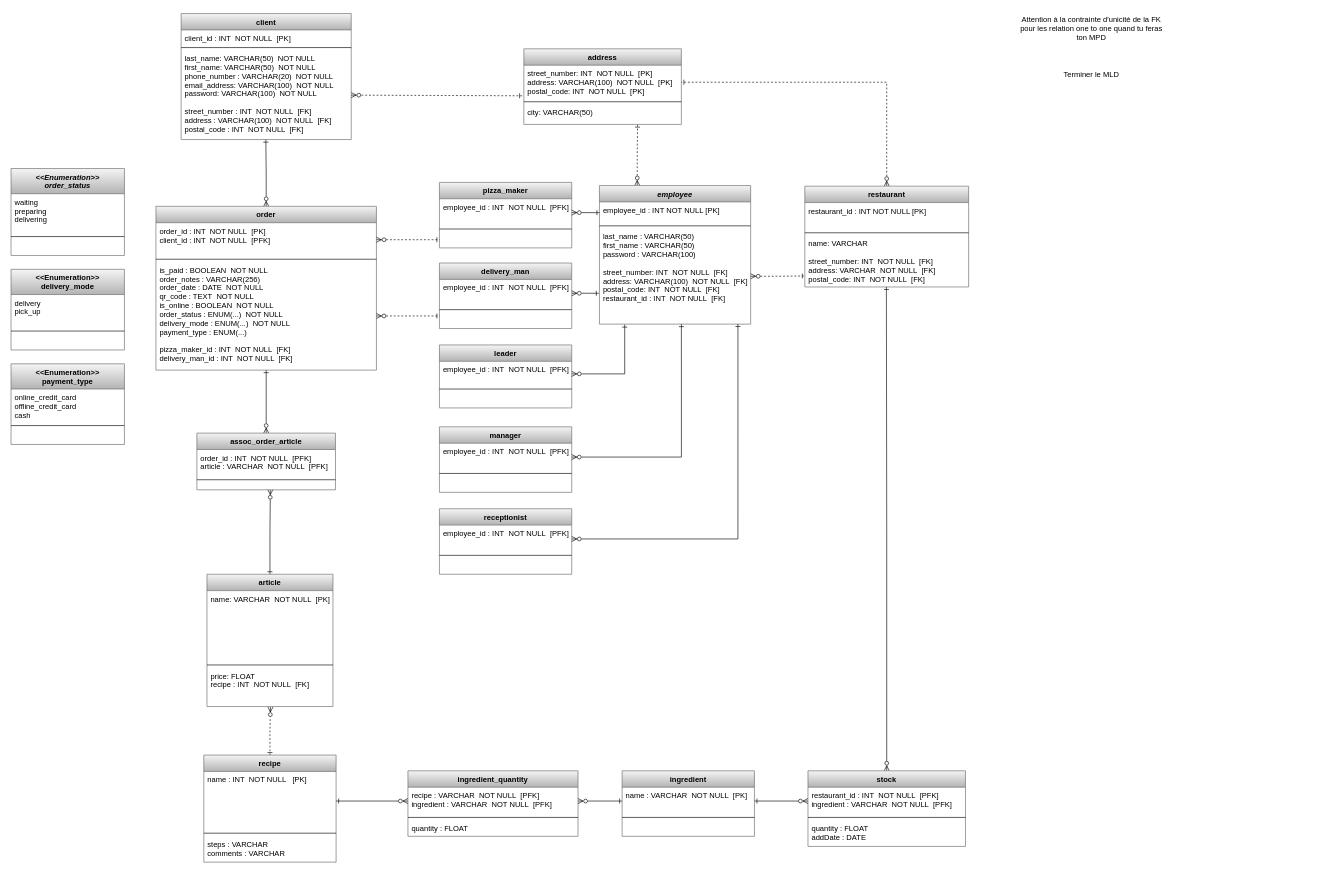
MickaeliOS/oc_pizza_7 keeps this draw.io diagram as horn_mickael_3_mld_062022.drawio. Above is the earlier version. Source tidied: cells renumbered, new cells numbered last; positions are measured from the earlier drawing's top-left corner, leaving out a move shared by most shapes. Both pictures are drawn from the tidied source at 63%, with x=0, y=0 at pixel (11, 11).
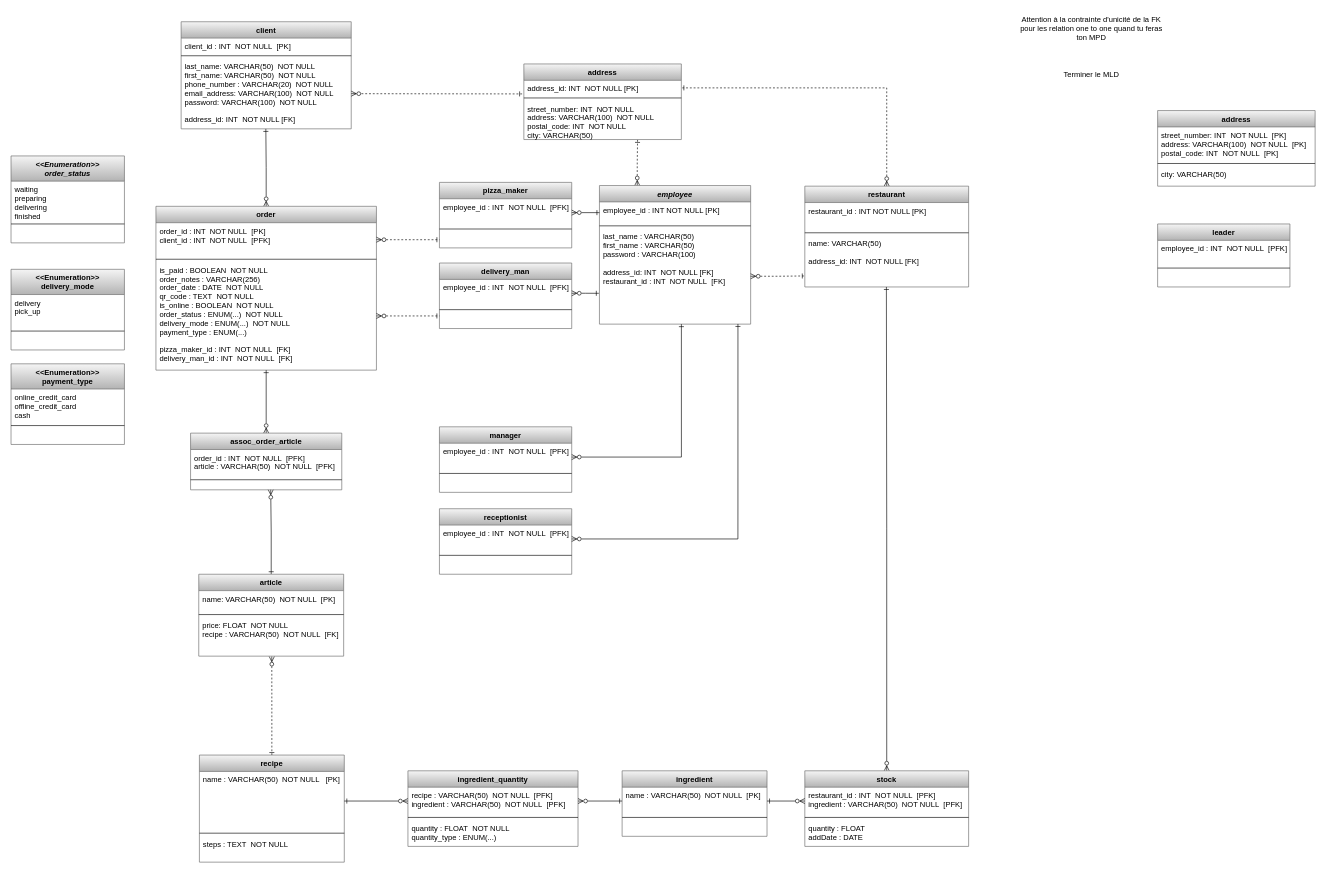
The same page after the edit.

Unchanged cells that the change refers to:
```xml
<mxCell id="7" value="employee" style="swimlane;fontStyle=3;align=center;verticalAlign=top;horizontal=1;startSize=26;fillColor=#f5f5f5;gradientColor=#b3b3b3;strokeColor=#666666;" parent="1" vertex="1">
  <mxGeometry x="934" y="277" width="240" height="220" as="geometry" />
</mxCell>
<mxCell id="26" value="restaurant" style="swimlane;fontStyle=1;align=center;verticalAlign=top;horizontal=1;startSize=26;fillColor=#f5f5f5;gradientColor=#b3b3b3;strokeColor=#666666;" parent="1" vertex="1">
  <mxGeometry x="1260" y="278" width="260" height="160" as="geometry" />
</mxCell>
```

The edit, as a diff of the source:
```diff
@@
     <mxCell id="2" value="client" style="swimlane;fontStyle=1;align=center;verticalAlign=top;horizontal=1;startSize=26;fillColor=#f5f5f5;gradientColor=#b3b3b3;strokeColor=#666666;" parent="1" vertex="1">
-      <mxGeometry x="270" y="4" width="270" height="200" as="geometry" />
+      <mxGeometry x="270" y="17" width="270" height="170" as="geometry" />
     </mxCell>
@@
-    <mxCell id="5" value="last_name: VARCHAR(50)  NOT NULL&#10;first_name: VARCHAR(50)  NOT NULL&#10;phone_number : VARCHAR(20)  NOT NULL&#10;email_address: VARCHAR(100)  NOT NULL&#10;password: VARCHAR(100)  NOT NULL&#10;&#10;street_number : INT  NOT NULL  [FK]&#10;address : VARCHAR(100)  NOT NULL  [FK]&#10;postal_code : INT  NOT NULL  [FK]" style="text;strokeColor=none;fillColor=none;align=left;verticalAlign=top;spacingLeft=4;spacingRight=4;overflow=hidden;points=[[0,0.5],[1,0.5]];portConstraint=eastwest;" parent="2" vertex="1">
-      <mxGeometry y="58" width="270" height="142" as="geometry" />
+    <mxCell id="5" value="last_name: VARCHAR(50)  NOT NULL&#10;first_name: VARCHAR(50)  NOT NULL&#10;phone_number : VARCHAR(20)  NOT NULL&#10;email_address: VARCHAR(100)  NOT NULL&#10;password: VARCHAR(100)  NOT NULL&#10;&#10;address_id: INT  NOT NULL [FK]" style="text;strokeColor=none;fillColor=none;align=left;verticalAlign=top;spacingLeft=4;spacingRight=4;overflow=hidden;points=[[0,0.5],[1,0.5]];portConstraint=eastwest;" parent="2" vertex="1">
+      <mxGeometry y="58" width="270" height="112" as="geometry" />
     </mxCell>
@@
-    <mxCell id="10" value="last_name : VARCHAR(50)&#10;first_name : VARCHAR(50)&#10;password : VARCHAR(100)&#10;&#10;street_number: INT  NOT NULL  [FK]&#10;address: VARCHAR(100)  NOT NULL  [FK]&#10;postal_code: INT  NOT NULL  [FK]&#10;restaurant_id : INT  NOT NULL  [FK]&#10;" style="text;strokeColor=none;fillColor=none;align=left;verticalAlign=top;spacingLeft=4;spacingRight=4;overflow=hidden;points=[[0,0.5],[1,0.5]];portConstraint=eastwest;" parent="7" vertex="1">
+    <mxCell id="10" value="last_name : VARCHAR(50)&#10;first_name : VARCHAR(50)&#10;password : VARCHAR(100)&#10;&#10;address_id: INT  NOT NULL [FK]&#10;restaurant_id : INT  NOT NULL  [FK]&#10;" style="text;strokeColor=none;fillColor=none;align=left;verticalAlign=top;spacingLeft=4;spacingRight=4;overflow=hidden;points=[[0,0.5],[1,0.5]];portConstraint=eastwest;" parent="7" vertex="1">
       <mxGeometry y="68" width="240" height="152" as="geometry" />
     </mxCell>
@@
     <mxCell id="21" value="article" style="swimlane;fontStyle=1;align=center;verticalAlign=top;horizontal=1;startSize=26;fillColor=#f5f5f5;gradientColor=#b3b3b3;strokeColor=#666666;" parent="1" vertex="1">
-      <mxGeometry x="311" y="894" width="200" height="210" as="geometry" />
+      <mxGeometry x="298" y="894" width="230" height="130" as="geometry" />
     </mxCell>
-    <mxCell id="22" value="name: VARCHAR  NOT NULL  [PK]&#10;" style="text;strokeColor=none;fillColor=none;align=left;verticalAlign=top;spacingLeft=4;spacingRight=4;overflow=hidden;" parent="21" vertex="1">
-      <mxGeometry y="26" width="200" height="114" as="geometry" />
+    <mxCell id="22" value="name: VARCHAR(50)  NOT NULL  [PK]&#10;" style="text;strokeColor=none;fillColor=none;align=left;verticalAlign=top;spacingLeft=4;spacingRight=4;overflow=hidden;" parent="21" vertex="1">
+      <mxGeometry y="26" width="230" height="34" as="geometry" />
     </mxCell>
     <mxCell id="23" style="line;strokeWidth=1;fillColor=none;align=left;verticalAlign=middle;spacingTop=-1;spacingLeft=3;spacingRight=3;labelPosition=right;" parent="21" vertex="1">
-      <mxGeometry y="140" width="200" height="8" as="geometry" />
+      <mxGeometry y="60" width="230" height="8" as="geometry" />
     </mxCell>
-    <mxCell id="24" value="price: FLOAT&#10;recipe : INT  NOT NULL  [FK]" style="text;strokeColor=none;fillColor=none;align=left;verticalAlign=top;spacingLeft=4;spacingRight=4;overflow=hidden;points=[[0,0.5],[1,0.5]];portConstraint=eastwest;" parent="21" vertex="1">
-      <mxGeometry y="148" width="200" height="62" as="geometry" />
+    <mxCell id="24" value="price: FLOAT  NOT NULL&#10;recipe : VARCHAR(50)  NOT NULL  [FK]" style="text;strokeColor=none;fillColor=none;align=left;verticalAlign=top;spacingLeft=4;spacingRight=4;overflow=hidden;points=[[0,0.5],[1,0.5]];portConstraint=eastwest;" parent="21" vertex="1">
+      <mxGeometry y="68" width="230" height="62" as="geometry" />
     </mxCell>
@@
-    <mxCell id="29" value="name: VARCHAR&#10;&#10;street_number: INT  NOT NULL  [FK]&#10;address: VARCHAR  NOT NULL  [FK]&#10;postal_code: INT  NOT NULL  [FK]&#10;" style="text;strokeColor=none;fillColor=none;align=left;verticalAlign=top;spacingLeft=4;spacingRight=4;overflow=hidden;points=[[0,0.5],[1,0.5]];portConstraint=eastwest;" parent="26" vertex="1">
+    <mxCell id="29" value="name: VARCHAR(50)&#10;&#10;address_id: INT  NOT NULL [FK]&#10;" style="text;strokeColor=none;fillColor=none;align=left;verticalAlign=top;spacingLeft=4;spacingRight=4;overflow=hidden;points=[[0,0.5],[1,0.5]];portConstraint=eastwest;" parent="26" vertex="1">
       <mxGeometry y="78" width="260" height="82" as="geometry" />
     </mxCell>
@@
     <mxCell id="31" value="recipe" style="swimlane;fontStyle=1;align=center;verticalAlign=top;horizontal=1;startSize=26;fillColor=#f5f5f5;gradientColor=#b3b3b3;strokeColor=#666666;" parent="1" vertex="1">
-      <mxGeometry x="306" y="1181" width="210" height="170" as="geometry" />
+      <mxGeometry x="299" y="1181" width="230" height="170" as="geometry" />
     </mxCell>
-    <mxCell id="32" value="name : INT  NOT NULL   [PK]&#10;" style="text;strokeColor=none;fillColor=none;align=left;verticalAlign=top;spacingLeft=4;spacingRight=4;overflow=hidden;points=[[0,0.5],[1,0.5]];portConstraint=eastwest;" parent="31" vertex="1">
-      <mxGeometry y="26" width="210" height="94" as="geometry" />
+    <mxCell id="32" value="name : VARCHAR(50)  NOT NULL   [PK]&#10;" style="text;strokeColor=none;fillColor=none;align=left;verticalAlign=top;spacingLeft=4;spacingRight=4;overflow=hidden;points=[[0,0.5],[1,0.5]];portConstraint=eastwest;" parent="31" vertex="1">
+      <mxGeometry y="26" width="230" height="94" as="geometry" />
     </mxCell>
     <mxCell id="33" style="line;strokeWidth=1;fillColor=none;align=left;verticalAlign=middle;spacingTop=-1;spacingLeft=3;spacingRight=3;labelPosition=right;" parent="31" vertex="1">
-      <mxGeometry y="120" width="210" height="8" as="geometry" />
+      <mxGeometry y="120" width="230" height="8" as="geometry" />
     </mxCell>
-    <mxCell id="34" value="steps : VARCHAR&#10;comments : VARCHAR" style="text;strokeColor=none;fillColor=none;align=left;verticalAlign=top;spacingLeft=4;spacingRight=4;overflow=hidden;" parent="31" vertex="1">
-      <mxGeometry y="128" width="210" height="42" as="geometry" />
+    <mxCell id="34" value="steps : TEXT  NOT NULL" style="text;strokeColor=none;fillColor=none;align=left;verticalAlign=top;spacingLeft=4;spacingRight=4;overflow=hidden;" parent="31" vertex="1">
+      <mxGeometry y="128" width="230" height="42" as="geometry" />
     </mxCell>
     <mxCell id="35" value="address" style="swimlane;fontStyle=1;align=center;verticalAlign=top;horizontal=1;startSize=26;fillColor=#f5f5f5;gradientColor=#b3b3b3;strokeColor=#666666;" parent="1" vertex="1">
-      <mxGeometry x="814" y="60" width="250" height="120" as="geometry" />
+      <mxGeometry x="814" y="84" width="250" height="120" as="geometry" />
     </mxCell>
-    <mxCell id="36" value="street_number: INT  NOT NULL  [PK]&#10;address: VARCHAR(100)  NOT NULL  [PK]&#10;postal_code: INT  NOT NULL  [PK]&#10;" style="text;strokeColor=none;fillColor=none;align=left;verticalAlign=top;spacingLeft=4;spacingRight=4;overflow=hidden;points=[[0,0.5],[1,0.5]];portConstraint=eastwest;" parent="35" vertex="1">
-      <mxGeometry y="26" width="250" height="54" as="geometry" />
+    <mxCell id="36" value="address_id: INT  NOT NULL [PK]" style="text;strokeColor=none;fillColor=none;align=left;verticalAlign=top;spacingLeft=4;spacingRight=4;overflow=hidden;points=[[0,0.5],[1,0.5]];portConstraint=eastwest;" parent="35" vertex="1">
+      <mxGeometry y="26" width="250" height="24" as="geometry" />
     </mxCell>
     <mxCell id="37" style="line;strokeWidth=1;fillColor=none;align=left;verticalAlign=middle;spacingTop=-1;spacingLeft=3;spacingRight=3;labelPosition=right;" parent="35" vertex="1">
-      <mxGeometry y="80" width="250" height="8" as="geometry" />
+      <mxGeometry y="50" width="250" height="8" as="geometry" />
     </mxCell>
-    <mxCell id="38" value="city: VARCHAR(50)" style="text;strokeColor=none;fillColor=none;align=left;verticalAlign=top;spacingLeft=4;spacingRight=4;overflow=hidden;points=[[0,0.5],[1,0.5]];portConstraint=eastwest;" parent="35" vertex="1">
-      <mxGeometry y="88" width="250" height="32" as="geometry" />
+    <mxCell id="38" value="street_number: INT  NOT NULL&#10;address: VARCHAR(100)  NOT NULL&#10;postal_code: INT  NOT NULL&#10;city: VARCHAR(50)" style="text;strokeColor=none;fillColor=none;align=left;verticalAlign=top;spacingLeft=4;spacingRight=4;overflow=hidden;points=[[0,0.5],[1,0.5]];portConstraint=eastwest;" parent="35" vertex="1">
+      <mxGeometry y="58" width="250" height="62" as="geometry" />
     </mxCell>
@@
     <mxCell id="40" value="ingredient" style="swimlane;fontStyle=1;align=center;verticalAlign=top;horizontal=1;startSize=26;fillColor=#f5f5f5;gradientColor=#b3b3b3;strokeColor=#666666;" parent="1" vertex="1">
-      <mxGeometry x="970" y="1206" width="210" height="104" as="geometry" />
+      <mxGeometry x="970" y="1206" width="230" height="104" as="geometry" />
     </mxCell>
-    <mxCell id="41" value="name : VARCHAR  NOT NULL  [PK]" style="text;strokeColor=none;fillColor=none;align=left;verticalAlign=top;spacingLeft=4;spacingRight=4;overflow=hidden;points=[[0,0.5],[1,0.5]];portConstraint=eastwest;" parent="40" vertex="1">
-      <mxGeometry y="26" width="210" height="44" as="geometry" />
+    <mxCell id="41" value="name : VARCHAR(50)  NOT NULL  [PK]" style="text;strokeColor=none;fillColor=none;align=left;verticalAlign=top;spacingLeft=4;spacingRight=4;overflow=hidden;points=[[0,0.5],[1,0.5]];portConstraint=eastwest;" parent="40" vertex="1">
+      <mxGeometry y="26" width="230" height="44" as="geometry" />
     </mxCell>
     <mxCell id="42" style="line;strokeWidth=1;fillColor=none;align=left;verticalAlign=middle;spacingTop=-1;spacingLeft=3;spacingRight=3;labelPosition=right;" parent="40" vertex="1">
-      <mxGeometry y="70" width="210" height="8" as="geometry" />
+      <mxGeometry y="70" width="230" height="8" as="geometry" />
     </mxCell>
     <mxCell id="43" value=" " style="text;strokeColor=none;fillColor=none;align=left;verticalAlign=top;spacingLeft=4;spacingRight=4;overflow=hidden;" parent="40" vertex="1">
-      <mxGeometry y="78" width="210" height="26" as="geometry" />
+      <mxGeometry y="78" width="230" height="26" as="geometry" />
     </mxCell>
@@
     <mxCell id="46" value="assoc_order_article" style="swimlane;fontStyle=1;align=center;verticalAlign=top;horizontal=1;startSize=26;fillColor=#f5f5f5;gradientColor=#b3b3b3;strokeColor=#666666;" parent="1" vertex="1">
-      <mxGeometry x="295" y="670" width="220" height="90" as="geometry" />
+      <mxGeometry x="285" y="670" width="240" height="90" as="geometry" />
     </mxCell>
-    <mxCell id="47" value="order_id : INT  NOT NULL  [PFK]&#10;article : VARCHAR  NOT NULL  [PFK]" style="text;strokeColor=none;fillColor=none;align=left;verticalAlign=top;spacingLeft=4;spacingRight=4;overflow=hidden;" parent="46" vertex="1">
-      <mxGeometry y="26" width="220" height="44" as="geometry" />
+    <mxCell id="47" value="order_id : INT  NOT NULL  [PFK]&#10;article : VARCHAR(50)  NOT NULL  [PFK]" style="text;strokeColor=none;fillColor=none;align=left;verticalAlign=top;spacingLeft=4;spacingRight=4;overflow=hidden;" parent="46" vertex="1">
+      <mxGeometry y="26" width="240" height="44" as="geometry" />
     </mxCell>
     <mxCell id="48" style="line;strokeWidth=1;fillColor=none;align=left;verticalAlign=middle;spacingTop=-1;spacingLeft=3;spacingRight=3;labelPosition=right;" parent="46" vertex="1">
-      <mxGeometry y="70" width="220" height="8" as="geometry" />
+      <mxGeometry y="70" width="240" height="8" as="geometry" />
     </mxCell>
     <mxCell id="49" value=" " style="text;strokeColor=none;fillColor=none;align=left;verticalAlign=top;spacingLeft=4;spacingRight=4;overflow=hidden;points=[[0,0.5],[1,0.5]];portConstraint=eastwest;" parent="46" vertex="1">
-      <mxGeometry y="78" width="220" height="12" as="geometry" />
+      <mxGeometry y="78" width="240" height="12" as="geometry" />
     </mxCell>
@@
     <mxCell id="51" value="stock" style="swimlane;fontStyle=1;align=center;verticalAlign=top;horizontal=1;startSize=26;fillColor=#f5f5f5;gradientColor=#b3b3b3;strokeColor=#666666;" parent="1" vertex="1">
-      <mxGeometry x="1265" y="1206" width="250" height="120" as="geometry" />
+      <mxGeometry x="1260" y="1206" width="260" height="120" as="geometry" />
     </mxCell>
-    <mxCell id="52" value="restaurant_id : INT  NOT NULL  [PFK]&#10;ingredient : VARCHAR  NOT NULL  [PFK]" style="text;strokeColor=none;fillColor=none;align=left;verticalAlign=top;spacingLeft=4;spacingRight=4;overflow=hidden;points=[[0,0.5],[1,0.5]];portConstraint=eastwest;" parent="51" vertex="1">
-      <mxGeometry y="26" width="250" height="44" as="geometry" />
+    <mxCell id="52" value="restaurant_id : INT  NOT NULL  [PFK]&#10;ingredient : VARCHAR(50)  NOT NULL  [PFK]" style="text;strokeColor=none;fillColor=none;align=left;verticalAlign=top;spacingLeft=4;spacingRight=4;overflow=hidden;points=[[0,0.5],[1,0.5]];portConstraint=eastwest;" parent="51" vertex="1">
+      <mxGeometry y="26" width="260" height="44" as="geometry" />
     </mxCell>
     <mxCell id="53" style="line;strokeWidth=1;fillColor=none;align=left;verticalAlign=middle;spacingTop=-1;spacingLeft=3;spacingRight=3;labelPosition=right;" parent="51" vertex="1">
-      <mxGeometry y="70" width="250" height="8" as="geometry" />
+      <mxGeometry y="70" width="260" height="8" as="geometry" />
     </mxCell>
     <mxCell id="54" value="quantity : FLOAT&#10;addDate : DATE" style="text;strokeColor=none;fillColor=none;align=left;verticalAlign=top;spacingLeft=4;spacingRight=4;overflow=hidden;" parent="51" vertex="1">
-      <mxGeometry y="78" width="250" height="42" as="geometry" />
+      <mxGeometry y="78" width="260" height="42" as="geometry" />
     </mxCell>
@@
     <mxCell id="56" value="&lt;&lt;Enumeration&gt;&gt;&#10;order_status" style="swimlane;fontStyle=3;align=center;verticalAlign=top;horizontal=1;startSize=40;fillColor=#f5f5f5;gradientColor=#b3b3b3;strokeColor=#666666;perimeterSpacing=12;" parent="1" vertex="1">
-      <mxGeometry y="250" width="180" height="138" as="geometry" />
+      <mxGeometry y="230" width="180" height="138" as="geometry" />
     </mxCell>
-    <mxCell id="57" value="waiting&#10;preparing&#10;delivering" style="text;strokeColor=none;fillColor=none;align=left;verticalAlign=top;spacingLeft=4;spacingRight=4;overflow=hidden;" parent="56" vertex="1">
+    <mxCell id="57" value="waiting&#10;preparing&#10;delivering&#10;finished" style="text;strokeColor=none;fillColor=none;align=left;verticalAlign=top;spacingLeft=4;spacingRight=4;overflow=hidden;" parent="56" vertex="1">
       <mxGeometry y="40" width="180" height="64" as="geometry" />
     </mxCell>
@@
     <mxCell id="64" value="ingredient_quantity" style="swimlane;fontStyle=1;align=center;verticalAlign=top;horizontal=1;startSize=26;fillColor=#f5f5f5;gradientColor=#b3b3b3;strokeColor=#666666;" parent="1" vertex="1">
-      <mxGeometry x="630" y="1206" width="270" height="104" as="geometry" />
+      <mxGeometry x="630" y="1206" width="270" height="120" as="geometry" />
     </mxCell>
-    <mxCell id="65" value="recipe : VARCHAR  NOT NULL  [PFK]&#10;ingredient : VARCHAR  NOT NULL  [PFK]" style="text;strokeColor=none;fillColor=none;align=left;verticalAlign=top;spacingLeft=4;spacingRight=4;overflow=hidden;points=[[0,0.5],[1,0.5]];portConstraint=eastwest;" parent="64" vertex="1">
+    <mxCell id="65" value="recipe : VARCHAR(50)  NOT NULL  [PFK]&#10;ingredient : VARCHAR(50)  NOT NULL  [PFK]" style="text;strokeColor=none;fillColor=none;align=left;verticalAlign=top;spacingLeft=4;spacingRight=4;overflow=hidden;points=[[0,0.5],[1,0.5]];portConstraint=eastwest;" parent="64" vertex="1">
       <mxGeometry y="26" width="270" height="44" as="geometry" />
     </mxCell>
@@
-    <mxCell id="67" value="quantity : FLOAT" style="text;strokeColor=none;fillColor=none;align=left;verticalAlign=top;spacingLeft=4;spacingRight=4;overflow=hidden;" parent="64" vertex="1">
-      <mxGeometry y="78" width="270" height="26" as="geometry" />
+    <mxCell id="67" value="quantity : FLOAT  NOT NULL&#10;quantity_type : ENUM(...)" style="text;strokeColor=none;fillColor=none;align=left;verticalAlign=top;spacingLeft=4;spacingRight=4;overflow=hidden;" parent="64" vertex="1">
+      <mxGeometry y="78" width="270" height="42" as="geometry" />
     </mxCell>
@@
-    <mxCell id="77" value="leader" style="swimlane;fontStyle=1;align=center;verticalAlign=top;horizontal=1;startSize=26;fillColor=#f5f5f5;gradientColor=#b3b3b3;strokeColor=#666666;" parent="1" vertex="1">
-      <mxGeometry x="680" y="530" width="210" height="100" as="geometry" />
-    </mxCell>
-    <mxCell id="78" value="employee_id : INT  NOT NULL  [PFK]" style="text;strokeColor=none;fillColor=none;align=left;verticalAlign=top;spacingLeft=4;spacingRight=4;overflow=hidden;points=[[0,0.5],[1,0.5]];portConstraint=eastwest;" parent="77" vertex="1">
-      <mxGeometry y="26" width="210" height="40" as="geometry" />
-    </mxCell>
-    <mxCell id="79" style="line;strokeWidth=1;fillColor=none;align=left;verticalAlign=middle;spacingTop=-1;spacingLeft=3;spacingRight=3;labelPosition=right;" parent="77" vertex="1">
-      <mxGeometry y="66" width="210" height="8" as="geometry" />
-    </mxCell>
-    <mxCell id="80" value=" " style="text;strokeColor=none;fillColor=none;align=left;verticalAlign=top;spacingLeft=4;spacingRight=4;overflow=hidden;" parent="77" vertex="1">
-      <mxGeometry y="74" width="210" height="26" as="geometry" />
-    </mxCell>
@@
-    <mxCell id="96" style="edgeStyle=orthogonalEdgeStyle;rounded=0;jettySize=auto;html=1;exitX=1;exitY=0.5;exitDx=0;exitDy=0;entryX=0.167;entryY=1.005;entryDx=0;entryDy=0;entryPerimeter=0;startArrow=ERzeroToMany;startFill=0;endArrow=ERone;endFill=0;" parent="1" edge="1" source="78" target="10">
-      <mxGeometry relative="1" as="geometry" />
-    </mxCell>
@@
+    <mxCell id="99" value="address" style="swimlane;fontStyle=1;align=center;verticalAlign=top;horizontal=1;startSize=26;fillColor=#f5f5f5;gradientColor=#b3b3b3;strokeColor=#666666;" parent="1" vertex="1">
+      <mxGeometry x="1820" y="158" width="250" height="120" as="geometry" />
+    </mxCell>
+    <mxCell id="100" value="street_number: INT  NOT NULL  [PK]&#10;address: VARCHAR(100)  NOT NULL  [PK]&#10;postal_code: INT  NOT NULL  [PK]&#10;" style="text;strokeColor=none;fillColor=none;align=left;verticalAlign=top;spacingLeft=4;spacingRight=4;overflow=hidden;" parent="99" vertex="1">
+      <mxGeometry y="26" width="250" height="54" as="geometry" />
+    </mxCell>
+    <mxCell id="101" style="line;strokeWidth=1;fillColor=none;align=left;verticalAlign=middle;spacingTop=-1;spacingLeft=3;spacingRight=3;labelPosition=right;" parent="99" vertex="1">
+      <mxGeometry y="80" width="250" height="8" as="geometry" />
+    </mxCell>
+    <mxCell id="102" value="city: VARCHAR(50)" style="text;strokeColor=none;fillColor=none;align=left;verticalAlign=top;spacingLeft=4;spacingRight=4;overflow=hidden;" parent="99" vertex="1">
+      <mxGeometry y="88" width="250" height="32" as="geometry" />
+    </mxCell>
+    <mxCell id="77" value="leader" style="swimlane;fontStyle=1;align=center;verticalAlign=top;horizontal=1;startSize=26;fillColor=#f5f5f5;gradientColor=#b3b3b3;strokeColor=#666666;" parent="1" vertex="1">
+      <mxGeometry x="1820" y="338" width="210" height="100" as="geometry" />
+    </mxCell>
+    <mxCell id="78" value="employee_id : INT  NOT NULL  [PFK]" style="text;strokeColor=none;fillColor=none;align=left;verticalAlign=top;spacingLeft=4;spacingRight=4;overflow=hidden;points=[[0,0.5],[1,0.5]];portConstraint=eastwest;" parent="77" vertex="1">
+      <mxGeometry y="26" width="210" height="40" as="geometry" />
+    </mxCell>
+    <mxCell id="79" style="line;strokeWidth=1;fillColor=none;align=left;verticalAlign=middle;spacingTop=-1;spacingLeft=3;spacingRight=3;labelPosition=right;" parent="77" vertex="1">
+      <mxGeometry y="66" width="210" height="8" as="geometry" />
+    </mxCell>
+    <mxCell id="80" value=" " style="text;strokeColor=none;fillColor=none;align=left;verticalAlign=top;spacingLeft=4;spacingRight=4;overflow=hidden;" parent="77" vertex="1">
+      <mxGeometry y="74" width="210" height="26" as="geometry" />
+    </mxCell>
```
